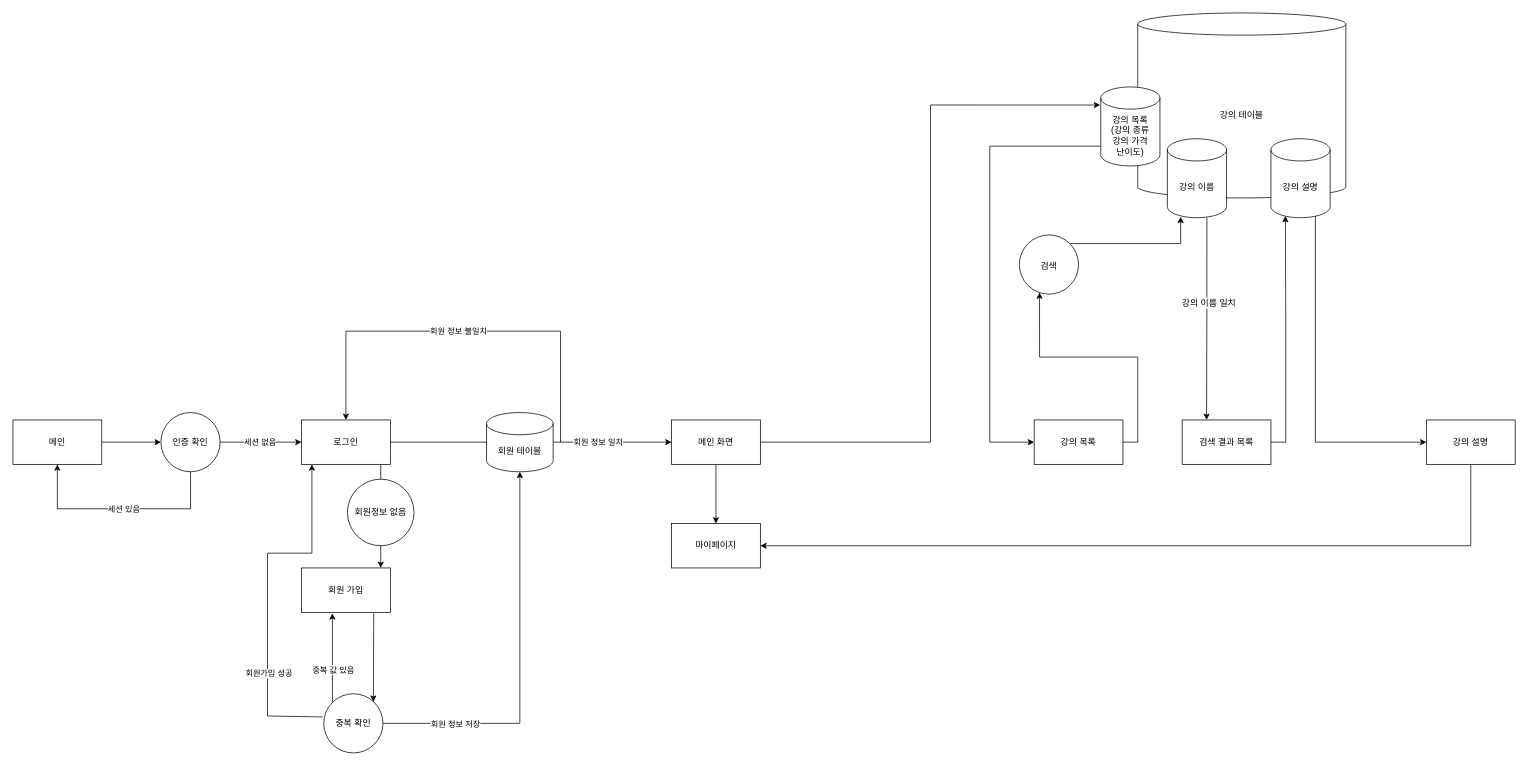
Earlier version of the draw.io diagram 제목 없는 다이어그램.drawio (ordem-yoo/my_diagram). Source tidied: cells renumbered, new cells numbered last; positions are measured from the earlier drawing's top-left corner, leaving out a move shared by most shapes. Both pictures are drawn from the tidied source at 74%, with x=0, y=0 at pixel (13, 13).
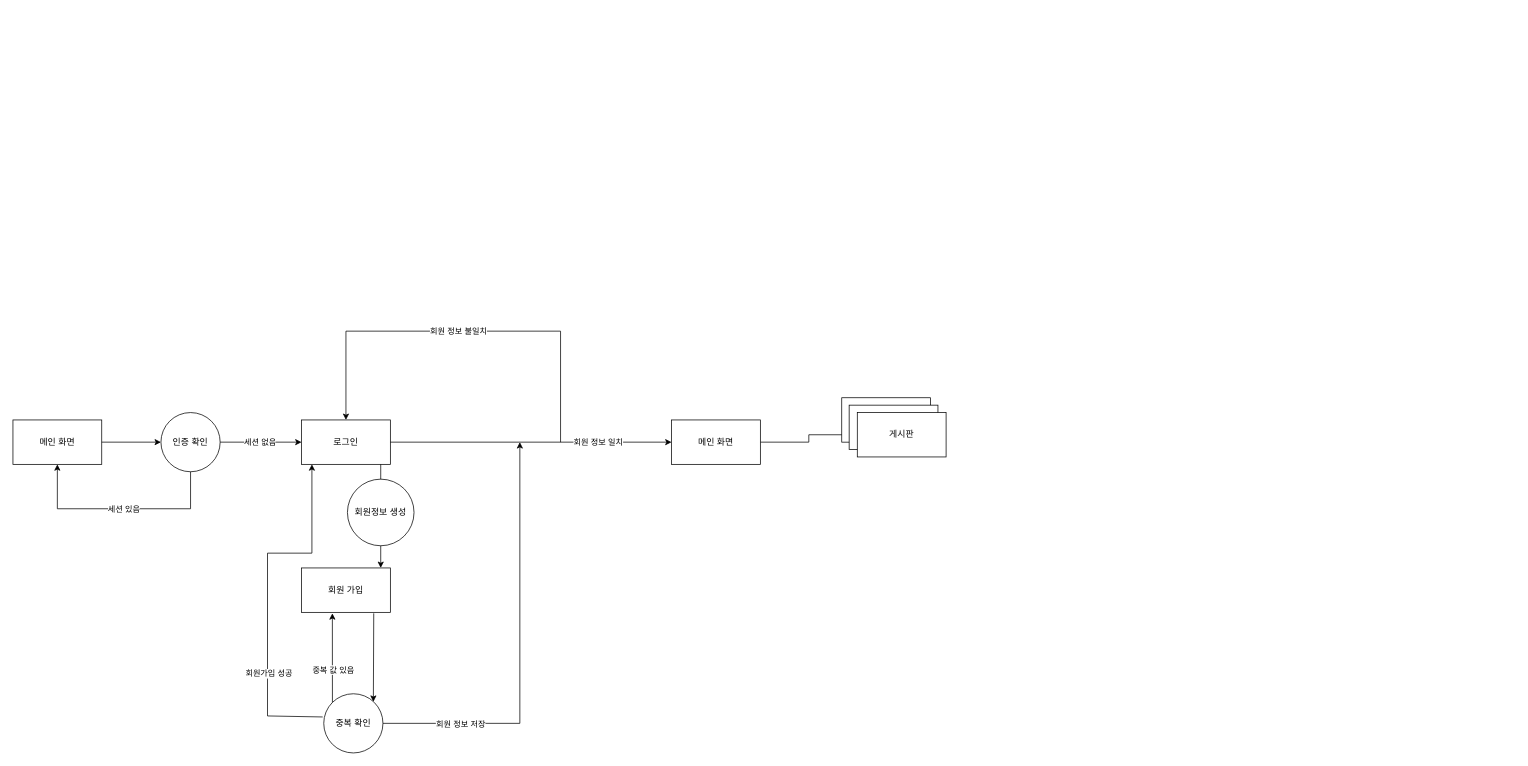
The same diagram, later.

Commit message:
제목 없는 다이어그램.drawio 업데이트

The change refers to these unchanged cells:
```xml
<mxCell id="16" value="메인 화면" style="rounded=0;whiteSpace=wrap;html=1;" parent="1" vertex="1">
  <mxGeometry x="890" y="550" width="120" height="60" as="geometry" />
</mxCell>
<mxCell id="17" value="중복 확인" style="ellipse;whiteSpace=wrap;html=1;" parent="1" vertex="1">
  <mxGeometry x="420" y="920" width="80" height="80" as="geometry" />
</mxCell>
```

The edit, as a diff of the source:
```diff
@@
-    <mxCell id="2" value="메인" style="rounded=0;whiteSpace=wrap;html=1;" parent="1" vertex="1">
+    <mxCell id="2" value="메인 화면" style="rounded=0;whiteSpace=wrap;html=1;" parent="1" vertex="1">
       <mxGeometry y="550" width="120" height="60" as="geometry" />
     </mxCell>
@@
-    <mxCell id="14" style="edgeStyle=orthogonalEdgeStyle;rounded=0;jettySize=auto;html=1;" parent="1" edge="1" source="16" target="39">
-      <mxGeometry relative="1" as="geometry" />
-    </mxCell>
-    <mxCell id="15" style="edgeStyle=orthogonalEdgeStyle;rounded=0;jettySize=auto;html=1;exitX=1;exitY=0.5;exitDx=0;exitDy=0;entryX=-0.01;entryY=0.229;entryDx=0;entryDy=0;entryPerimeter=0;" parent="1" edge="1" source="16" target="43">
-      <mxGeometry relative="1" as="geometry" />
-    </mxCell>
+    <mxCell id="46" style="edgeStyle=orthogonalEdgeStyle;rounded=0;jettySize=auto;html=1;entryX=0;entryY=0.5;entryDx=0;entryDy=0;" parent="1" edge="1" source="16" target="49">
+      <mxGeometry relative="1" as="geometry" />
+    </mxCell>
@@
-    <mxCell id="22" value="회원 테이블" style="shape=cylinder3;whiteSpace=wrap;html=1;boundedLbl=1;backgroundOutline=1;size=15;" parent="1" vertex="1">
-      <mxGeometry x="640" y="540" width="90" height="80" as="geometry" />
-    </mxCell>
-    <mxCell id="23" style="endArrow=classic;html=1;rounded=0;entryX=0.5;entryY=1;entryDx=0;entryDy=0;entryPerimeter=0;exitX=1;exitY=0.5;exitDx=0;exitDy=0;" parent="1" edge="1" source="17" target="22">
+    <mxCell id="23" style="endArrow=classic;html=1;rounded=0;exitX=1;exitY=0.5;exitDx=0;exitDy=0;" parent="1" edge="1" source="17">
       <mxGeometry relative="1" as="geometry">
+        <mxPoint x="685" y="580" as="targetPoint" />
         <Array as="points">
           <mxPoint x="685" y="960" />
         </Array>
       </mxGeometry>
     </mxCell>
@@
-    <mxCell id="25" style="edgeStyle=orthogonalEdgeStyle;rounded=0;jettySize=auto;html=1;exitX=1;exitY=0.5;exitDx=0;exitDy=0;entryX=0.341;entryY=0.972;entryDx=0;entryDy=0;entryPerimeter=0;fontSize=16;" parent="1" edge="1" source="26" target="45">
-      <mxGeometry relative="1" as="geometry" />
-    </mxCell>
-    <mxCell id="26" value="강의 목록" style="whiteSpace=wrap;html=1;rounded=0;" parent="1" vertex="1">
-      <mxGeometry x="1380" y="550" width="120" height="60" as="geometry" />
-    </mxCell>
-    <mxCell id="27" style="edgeStyle=orthogonalEdgeStyle;rounded=0;jettySize=auto;html=1;exitX=1;exitY=0.5;exitDx=0;exitDy=0;entryX=0.244;entryY=0.977;entryDx=0;entryDy=0;entryPerimeter=0;" parent="1" edge="1" source="28" target="42">
-      <mxGeometry relative="1" as="geometry" />
-    </mxCell>
-    <mxCell id="28" value="검색 결과 목록" style="whiteSpace=wrap;html=1;rounded=0;" parent="1" vertex="1">
-      <mxGeometry x="1580" y="550" width="120" height="60" as="geometry" />
-    </mxCell>
-    <mxCell id="29" style="edgeStyle=orthogonalEdgeStyle;rounded=0;jettySize=auto;html=1;exitX=0.02;exitY=0.763;exitDx=0;exitDy=0;exitPerimeter=0;entryX=0;entryY=0.5;entryDx=0;entryDy=0;" parent="1" edge="1" source="43" target="26">
-      <mxGeometry relative="1" as="geometry">
-        <Array as="points">
-          <mxPoint x="1472" y="180" />
-          <mxPoint x="1320" y="180" />
-          <mxPoint x="1320" y="580" />
-        </Array>
-      </mxGeometry>
-    </mxCell>
-    <mxCell id="30" style="edgeStyle=orthogonalEdgeStyle;rounded=0;jettySize=auto;html=1;exitX=0.766;exitY=0.972;exitDx=0;exitDy=0;exitPerimeter=0;entryX=0;entryY=0.5;entryDx=0;entryDy=0;" parent="1" edge="1" source="42" target="34">
-      <mxGeometry relative="1" as="geometry">
-        <Array as="points">
-          <mxPoint x="1760" y="274" />
-          <mxPoint x="1760" y="580" />
-        </Array>
-      </mxGeometry>
-    </mxCell>
-    <mxCell id="31" style="edgeStyle=orthogonalEdgeStyle;rounded=0;jettySize=auto;html=1;exitX=0.668;exitY=0.999;exitDx=0;exitDy=0;exitPerimeter=0;" parent="1" edge="1" source="41">
-      <mxGeometry relative="1" as="geometry">
-        <mxPoint x="1613" y="550" as="targetPoint" />
-        <Array as="points">
-          <mxPoint x="1613" y="400" />
-          <mxPoint x="1613" y="550" />
-        </Array>
-      </mxGeometry>
-    </mxCell>
-    <mxCell id="32" value="강의 이름 일치" style="edgeLabel;html=1;align=center;verticalAlign=middle;fontSize=12;" parent="31" vertex="1">
-      <mxGeometry x="-0.16" y="2" relative="1" as="geometry" />
-    </mxCell>
-    <mxCell id="33" value="강의 테이블" style="shape=cylinder3;whiteSpace=wrap;html=1;boundedLbl=1;backgroundOutline=1;size=15;" parent="1" vertex="1">
-      <mxGeometry x="1520" width="281.2" height="250" as="geometry" />
-    </mxCell>
-    <mxCell id="34" value="강의 설명" style="whiteSpace=wrap;html=1;rounded=0;" parent="1" vertex="1">
-      <mxGeometry x="1910" y="550" width="120" height="60" as="geometry" />
-    </mxCell>
@@
-    <mxCell id="38" value="회원정보 없음" style="ellipse;whiteSpace=wrap;html=1;" parent="1" vertex="1">
+    <mxCell id="38" value="회원정보 생성" style="ellipse;whiteSpace=wrap;html=1;" parent="1" vertex="1">
       <mxGeometry x="452" y="630" width="90" height="90" as="geometry" />
     </mxCell>
-    <mxCell id="39" value="마이페이지" style="rounded=0;whiteSpace=wrap;html=1;" parent="1" vertex="1">
-      <mxGeometry x="890" y="690" width="120" height="60" as="geometry" />
-    </mxCell>
-    <mxCell id="40" style="endArrow=classic;html=1;rounded=0;exitX=0.5;exitY=1;exitDx=0;exitDy=0;entryX=1;entryY=0.5;entryDx=0;entryDy=0;" parent="1" edge="1" source="34" target="39">
-      <mxGeometry relative="1" as="geometry">
-        <Array as="points">
-          <mxPoint x="1970" y="720" />
-        </Array>
-      </mxGeometry>
-    </mxCell>
-    <mxCell id="41" value="강의 이름" style="shape=cylinder3;whiteSpace=wrap;html=1;boundedLbl=1;backgroundOutline=1;size=15;" parent="1" vertex="1">
-      <mxGeometry x="1560" y="170" width="80" height="106.7" as="geometry" />
-    </mxCell>
-    <mxCell id="42" value="강의 설명" style="shape=cylinder3;whiteSpace=wrap;html=1;boundedLbl=1;backgroundOutline=1;size=15;" parent="1" vertex="1">
-      <mxGeometry x="1700" y="170" width="80" height="106.7" as="geometry" />
-    </mxCell>
-    <mxCell id="43" value="강의 목록&lt;br&gt;(강의 종류&lt;br&gt;강의 가격&lt;br&gt;난이도)" style="shape=cylinder3;whiteSpace=wrap;html=1;boundedLbl=1;backgroundOutline=1;size=15;" parent="1" vertex="1">
-      <mxGeometry x="1470" y="100" width="80" height="106.7" as="geometry" />
-    </mxCell>
-    <mxCell id="44" style="edgeStyle=orthogonalEdgeStyle;rounded=0;jettySize=auto;html=1;exitX=1;exitY=0;exitDx=0;exitDy=0;entryX=0.225;entryY=0.989;entryDx=0;entryDy=0;entryPerimeter=0;fontSize=16;" parent="1" edge="1" source="45" target="41">
-      <mxGeometry relative="1" as="geometry" />
-    </mxCell>
-    <mxCell id="45" value="&lt;span style=&quot;font-size: 12px;&quot;&gt;검색&lt;/span&gt;" style="ellipse;whiteSpace=wrap;html=1;fontSize=16;" parent="1" vertex="1">
-      <mxGeometry x="1360" y="300" width="80" height="80" as="geometry" />
-    </mxCell>
+    <mxCell id="47" style="rounded=0;whiteSpace=wrap;html=1;" parent="1" vertex="1">
+      <mxGeometry x="1120" y="520" width="120" height="60" as="geometry" />
+    </mxCell>
+    <mxCell id="48" style="rounded=0;whiteSpace=wrap;html=1;" parent="1" vertex="1">
+      <mxGeometry x="1130" y="530" width="120" height="60" as="geometry" />
+    </mxCell>
+    <mxCell id="49" value="게시판" style="rounded=0;whiteSpace=wrap;html=1;" parent="1" vertex="1">
+      <mxGeometry x="1141" y="540" width="120" height="60" as="geometry" />
+    </mxCell>
```
